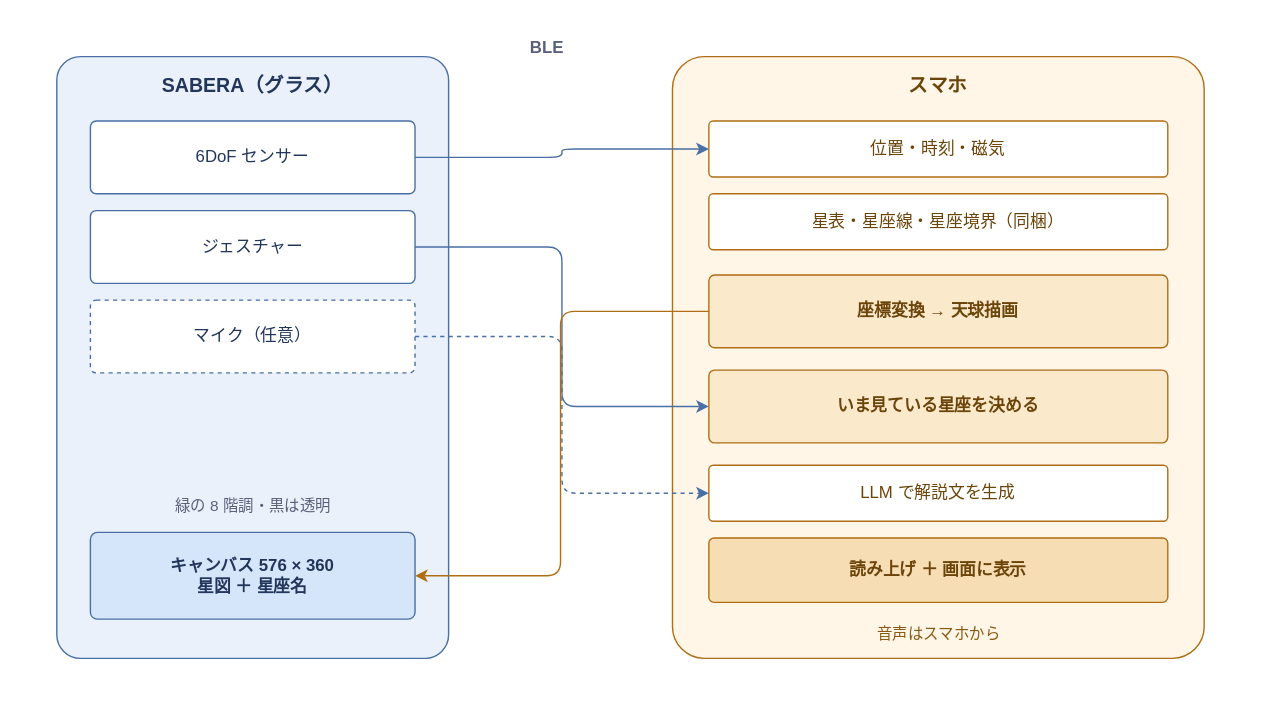
Above: docs/team-e/diagrams/system.drawio.svg in jigintern/sabera-team-e (draw.io), before the change. Source tidied: cells renumbered, new cells last; positions are measured from the earlier drawing's top-left corner, leaving out a move shared by most shapes. Its diagram source:
```xml
<mxGraphModel>
  <root>
    <mxCell id="0" />
    <mxCell id="1" parent="0" />
    <mxCell id="2" style="rounded=0;whiteSpace=wrap;html=1;fillColor=#FFFFFF;strokeColor=none;" parent="1" vertex="1">
      <mxGeometry width="900" height="510" as="geometry" />
    </mxCell>
    <mxCell id="3" value="SABERA（グラス）" style="rounded=1;arcSize=6;whiteSpace=wrap;html=1;fillColor=#EAF1FB;strokeColor=#4A6FA5;fontColor=#22355A;verticalAlign=top;fontSize=14;fontStyle=1;spacingTop=6;" parent="1" vertex="1">
      <mxGeometry x="40" y="40" width="280" height="430" as="geometry" />
    </mxCell>
    <mxCell id="4" value="6DoF センサー" style="rounded=1;arcSize=8;whiteSpace=wrap;html=1;fillColor=#FFFFFF;strokeColor=#4A6FA5;fontColor=#22355A;fontSize=12;" parent="1" vertex="1">
      <mxGeometry x="64" y="86" width="232" height="52" as="geometry" />
    </mxCell>
    <mxCell id="5" value="ジェスチャー" style="rounded=1;arcSize=8;whiteSpace=wrap;html=1;fillColor=#FFFFFF;strokeColor=#4A6FA5;fontColor=#22355A;fontSize=12;" parent="1" vertex="1">
      <mxGeometry x="64" y="150" width="232" height="52" as="geometry" />
    </mxCell>
    <mxCell id="6" value="マイク（任意）" style="rounded=1;arcSize=8;whiteSpace=wrap;html=1;fillColor=#FFFFFF;strokeColor=#4A6FA5;fontColor=#22355A;fontSize=12;dashed=1;" parent="1" vertex="1">
      <mxGeometry x="64" y="214" width="232" height="52" as="geometry" />
    </mxCell>
    <mxCell id="7" value="キャンバス 576 × 360&#10;星図 ＋ 星座名" style="rounded=1;arcSize=8;whiteSpace=wrap;html=1;fillColor=#D6E6FA;strokeColor=#4A6FA5;fontColor=#22355A;fontSize=12;fontStyle=1;" parent="1" vertex="1">
      <mxGeometry x="64" y="380" width="232" height="62" as="geometry" />
    </mxCell>
    <mxCell id="8" value="緑の 8 階調・黒は透明" style="text;html=1;align=center;fontSize=11;fontColor=#59607A;" parent="1" vertex="1">
      <mxGeometry x="64" y="348" width="232" height="20" as="geometry" />
    </mxCell>
    <mxCell id="9" value="スマホ" style="rounded=1;arcSize=6;whiteSpace=wrap;html=1;fillColor=#FFF6E8;strokeColor=#B06E14;fontColor=#6B4409;verticalAlign=top;fontSize=14;fontStyle=1;spacingTop=6;" parent="1" vertex="1">
      <mxGeometry x="480" y="40" width="380" height="430" as="geometry" />
    </mxCell>
    <mxCell id="10" value="位置・時刻・磁気" style="rounded=1;arcSize=8;whiteSpace=wrap;html=1;fillColor=#FFFFFF;strokeColor=#B06E14;fontColor=#6B4409;fontSize=12;" parent="1" vertex="1">
      <mxGeometry x="506" y="86" width="328" height="40" as="geometry" />
    </mxCell>
    <mxCell id="11" value="星表・星座線・星座境界（同梱）" style="rounded=1;arcSize=8;whiteSpace=wrap;html=1;fillColor=#FFFFFF;strokeColor=#B06E14;fontColor=#6B4409;fontSize=12;" parent="1" vertex="1">
      <mxGeometry x="506" y="138" width="328" height="40" as="geometry" />
    </mxCell>
    <mxCell id="12" value="座標変換 → 天球描画" style="rounded=1;arcSize=8;whiteSpace=wrap;html=1;fillColor=#FBE9CC;strokeColor=#B06E14;fontColor=#6B4409;fontSize=12;fontStyle=1;" parent="1" vertex="1">
      <mxGeometry x="506" y="196" width="328" height="52" as="geometry" />
    </mxCell>
    <mxCell id="13" value="いま見ている星座を決める" style="rounded=1;arcSize=8;whiteSpace=wrap;html=1;fillColor=#FBE9CC;strokeColor=#B06E14;fontColor=#6B4409;fontSize=12;fontStyle=1;" parent="1" vertex="1">
      <mxGeometry x="506" y="264" width="328" height="52" as="geometry" />
    </mxCell>
    <mxCell id="14" value="LLM で解説文を生成" style="rounded=1;arcSize=8;whiteSpace=wrap;html=1;fillColor=#FFFFFF;strokeColor=#B06E14;fontColor=#6B4409;fontSize=12;" parent="1" vertex="1">
      <mxGeometry x="506" y="332" width="328" height="40" as="geometry" />
    </mxCell>
    <mxCell id="15" value="読み上げ ＋ 画面に表示" style="rounded=1;arcSize=8;whiteSpace=wrap;html=1;fillColor=#F6DDB4;strokeColor=#B06E14;fontColor=#6B4409;fontSize=12;fontStyle=1;" parent="1" vertex="1">
      <mxGeometry x="506" y="384" width="328" height="46" as="geometry" />
    </mxCell>
    <mxCell id="16" style="edgeStyle=orthogonalEdgeStyle;html=1;rounded=1;strokeColor=#4A6FA5;fontColor=#22355A;fontSize=11;exitX=1;exitY=0.5;entryX=0;entryY=0.5;" parent="1" edge="1" source="4" target="10">
      <mxGeometry relative="1" as="geometry" />
    </mxCell>
    <mxCell id="17" style="edgeStyle=orthogonalEdgeStyle;html=1;rounded=1;strokeColor=#4A6FA5;fontColor=#22355A;fontSize=11;exitX=1;exitY=0.5;entryX=0;entryY=0.5;" parent="1" edge="1" source="5" target="13">
      <mxGeometry relative="1" as="geometry" />
    </mxCell>
    <mxCell id="18" style="edgeStyle=orthogonalEdgeStyle;html=1;rounded=1;strokeColor=#4A6FA5;fontColor=#22355A;fontSize=11;dashed=1;exitX=1;exitY=0.5;entryX=0;entryY=0.5;" parent="1" edge="1" source="6" target="14">
      <mxGeometry relative="1" as="geometry" />
    </mxCell>
    <mxCell id="19" style="edgeStyle=orthogonalEdgeStyle;html=1;rounded=1;strokeColor=#B06E14;fontColor=#6B4409;fontSize=11;exitX=0;exitY=0.5;entryX=1;entryY=0.5;" parent="1" edge="1" source="12" target="7">
      <mxGeometry relative="1" as="geometry">
        <Array as="points">
          <mxPoint x="400" y="222" />
          <mxPoint x="400" y="411" />
        </Array>
      </mxGeometry>
    </mxCell>
    <mxCell id="20" value="BLE" style="text;html=1;align=center;fontSize=12;fontColor=#59607A;fontStyle=1;" parent="1" vertex="1">
      <mxGeometry x="360" y="20" width="60" height="20" as="geometry" />
    </mxCell>
    <mxCell id="21" value="音声はスマホから" style="text;html=1;align=center;fontSize=11;fontColor=#8A5A12;" parent="1" vertex="1">
      <mxGeometry x="480" y="440" width="380" height="46" as="geometry" />
    </mxCell>
  </root>
</mxGraphModel>
```
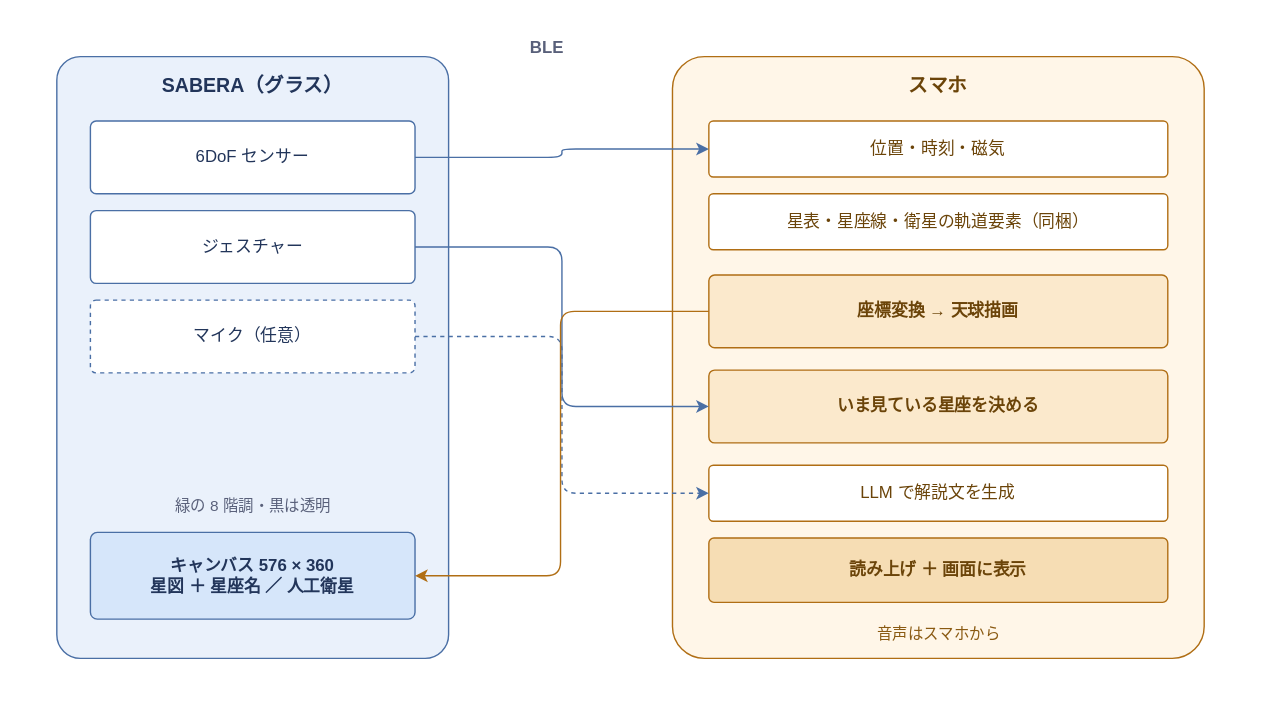
After the commit.

Commit message:
docs: 衛星データの帰属と置き場所、全体図、宙に浮いた割り当てを直す

The edit, as a diff of the source:
```diff
@@ -17,7 +17,7 @@
     <mxCell id="6" value="マイク（任意）" style="rounded=1;arcSize=8;whiteSpace=wrap;html=1;fillColor=#FFFFFF;strokeColor=#4A6FA5;fontColor=#22355A;fontSize=12;dashed=1;" parent="1" vertex="1">
       <mxGeometry x="64" y="214" width="232" height="52" as="geometry" />
     </mxCell>
-    <mxCell id="7" value="キャンバス 576 × 360&#10;星図 ＋ 星座名" style="rounded=1;arcSize=8;whiteSpace=wrap;html=1;fillColor=#D6E6FA;strokeColor=#4A6FA5;fontColor=#22355A;fontSize=12;fontStyle=1;" parent="1" vertex="1">
+    <mxCell id="7" value="キャンバス 576 × 360&#10;星図 ＋ 星座名 ／ 人工衛星" style="rounded=1;arcSize=8;whiteSpace=wrap;html=1;fillColor=#D6E6FA;strokeColor=#4A6FA5;fontColor=#22355A;fontSize=12;fontStyle=1;" parent="1" vertex="1">
       <mxGeometry x="64" y="380" width="232" height="62" as="geometry" />
     </mxCell>
     <mxCell id="8" value="緑の 8 階調・黒は透明" style="text;html=1;align=center;fontSize=11;fontColor=#59607A;" parent="1" vertex="1">
@@ -29,7 +29,7 @@
     <mxCell id="10" value="位置・時刻・磁気" style="rounded=1;arcSize=8;whiteSpace=wrap;html=1;fillColor=#FFFFFF;strokeColor=#B06E14;fontColor=#6B4409;fontSize=12;" parent="1" vertex="1">
       <mxGeometry x="506" y="86" width="328" height="40" as="geometry" />
     </mxCell>
-    <mxCell id="11" value="星表・星座線・星座境界（同梱）" style="rounded=1;arcSize=8;whiteSpace=wrap;html=1;fillColor=#FFFFFF;strokeColor=#B06E14;fontColor=#6B4409;fontSize=12;" parent="1" vertex="1">
+    <mxCell id="11" value="星表・星座線・衛星の軌道要素（同梱）" style="rounded=1;arcSize=8;whiteSpace=wrap;html=1;fillColor=#FFFFFF;strokeColor=#B06E14;fontColor=#6B4409;fontSize=12;" parent="1" vertex="1">
       <mxGeometry x="506" y="138" width="328" height="40" as="geometry" />
     </mxCell>
     <mxCell id="12" value="座標変換 → 天球描画" style="rounded=1;arcSize=8;whiteSpace=wrap;html=1;fillColor=#FBE9CC;strokeColor=#B06E14;fontColor=#6B4409;fontSize=12;fontStyle=1;" parent="1" vertex="1">
```
